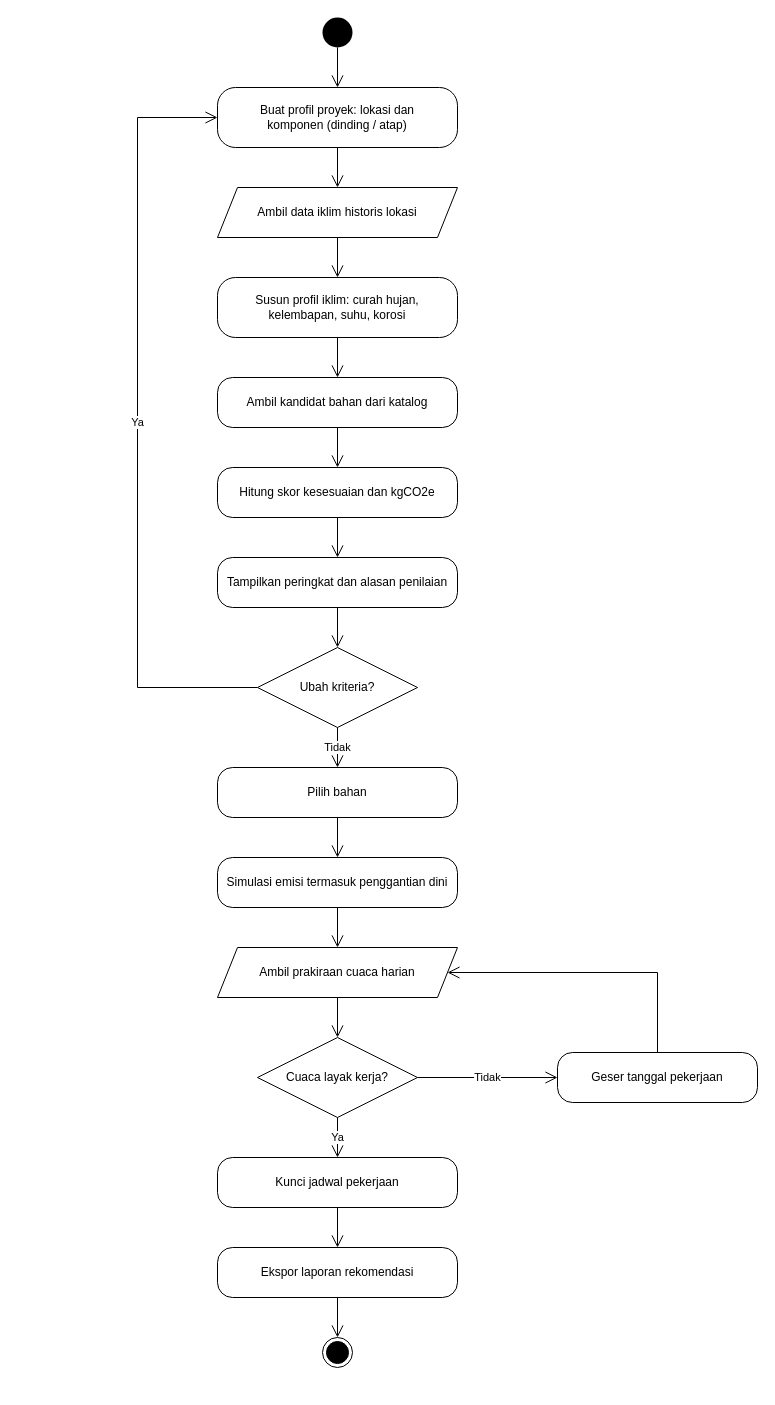
Earlier version of the draw.io diagram page "2. Activity" (2 of 3) of docs/uml-wastu.drawio (scientivan/wastu). Source tidied: cells renumbered, new cells numbered last; positions are measured from the earlier drawing's top-left corner, leaving out a move shared by most shapes. Both pictures are drawn from the tidied source at 100%, with x=0, y=0 at pixel (137, 17).
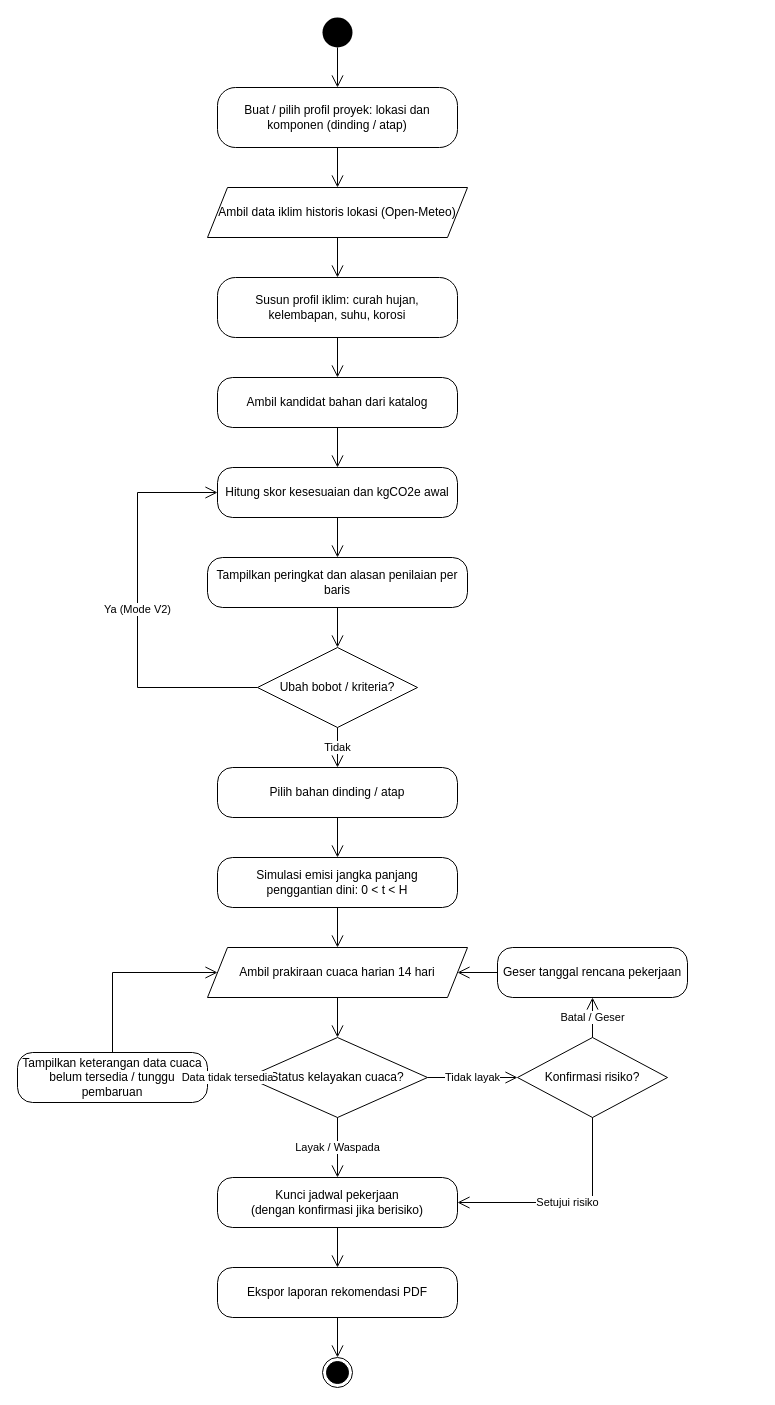
After the change.

Diff of the diagram source:
```diff
@@
-    <mxCell id="3" value="Buat profil proyek: lokasi dan&#10;komponen (dinding / atap)" style="rounded=1;arcSize=30;whiteSpace=wrap;html=1;" parent="1" vertex="1">
+    <mxCell id="3" value="Buat / pilih profil proyek: lokasi dan&#10;komponen (dinding / atap)" style="rounded=1;arcSize=30;whiteSpace=wrap;html=1;" parent="1" vertex="1">
       <mxGeometry x="80" y="70" width="240" height="60" as="geometry" />
     </mxCell>
-    <mxCell id="4" value="Ambil data iklim historis lokasi" style="shape=parallelogram;perimeter=parallelogramPerimeter;whiteSpace=wrap;html=1;fixedSize=1;" parent="1" vertex="1">
-      <mxGeometry x="80" y="170" width="240" height="50" as="geometry" />
+    <mxCell id="4" value="Ambil data iklim historis lokasi (Open-Meteo)" style="shape=parallelogram;perimeter=parallelogramPerimeter;whiteSpace=wrap;html=1;fixedSize=1;" parent="1" vertex="1">
+      <mxGeometry x="70" y="170" width="260" height="50" as="geometry" />
     </mxCell>
@@
-    <mxCell id="7" value="Hitung skor kesesuaian dan kgCO2e" style="rounded=1;arcSize=30;whiteSpace=wrap;html=1;" parent="1" vertex="1">
+    <mxCell id="7" value="Hitung skor kesesuaian dan kgCO2e awal" style="rounded=1;arcSize=30;whiteSpace=wrap;html=1;" parent="1" vertex="1">
       <mxGeometry x="80" y="450" width="240" height="50" as="geometry" />
     </mxCell>
-    <mxCell id="8" value="Tampilkan peringkat dan alasan penilaian" style="rounded=1;arcSize=30;whiteSpace=wrap;html=1;" parent="1" vertex="1">
-      <mxGeometry x="80" y="540" width="240" height="50" as="geometry" />
+    <mxCell id="8" value="Tampilkan peringkat dan alasan penilaian per baris" style="rounded=1;arcSize=30;whiteSpace=wrap;html=1;" parent="1" vertex="1">
+      <mxGeometry x="70" y="540" width="260" height="50" as="geometry" />
     </mxCell>
-    <mxCell id="9" value="Ubah kriteria?" style="rhombus;whiteSpace=wrap;html=1;" parent="1" vertex="1">
+    <mxCell id="9" value="Ubah bobot / kriteria?" style="rhombus;whiteSpace=wrap;html=1;" parent="1" vertex="1">
       <mxGeometry x="120" y="630" width="160" height="80" as="geometry" />
     </mxCell>
-    <mxCell id="10" value="Pilih bahan" style="rounded=1;arcSize=30;whiteSpace=wrap;html=1;" parent="1" vertex="1">
+    <mxCell id="10" value="Pilih bahan dinding / atap" style="rounded=1;arcSize=30;whiteSpace=wrap;html=1;" parent="1" vertex="1">
       <mxGeometry x="80" y="750" width="240" height="50" as="geometry" />
     </mxCell>
-    <mxCell id="11" value="Simulasi emisi termasuk penggantian dini" style="rounded=1;arcSize=30;whiteSpace=wrap;html=1;" parent="1" vertex="1">
+    <mxCell id="11" value="Simulasi emisi jangka panjang&#10;penggantian dini: 0 &lt; t &lt; H" style="rounded=1;arcSize=30;whiteSpace=wrap;html=1;" parent="1" vertex="1">
       <mxGeometry x="80" y="840" width="240" height="50" as="geometry" />
     </mxCell>
-    <mxCell id="12" value="Ambil prakiraan cuaca harian" style="shape=parallelogram;perimeter=parallelogramPerimeter;whiteSpace=wrap;html=1;fixedSize=1;" parent="1" vertex="1">
-      <mxGeometry x="80" y="930" width="240" height="50" as="geometry" />
+    <mxCell id="12" value="Ambil prakiraan cuaca harian 14 hari" style="shape=parallelogram;perimeter=parallelogramPerimeter;whiteSpace=wrap;html=1;fixedSize=1;" parent="1" vertex="1">
+      <mxGeometry x="70" y="930" width="260" height="50" as="geometry" />
     </mxCell>
-    <mxCell id="13" value="Cuaca layak kerja?" style="rhombus;whiteSpace=wrap;html=1;" parent="1" vertex="1">
-      <mxGeometry x="120" y="1020" width="160" height="80" as="geometry" />
+    <mxCell id="13" value="Status kelayakan cuaca?" style="rhombus;whiteSpace=wrap;html=1;" parent="1" vertex="1">
+      <mxGeometry x="110" y="1020" width="180" height="80" as="geometry" />
     </mxCell>
+    <mxCell id="35" value="Tampilkan keterangan data cuaca&#10;belum tersedia / tunggu pembaruan" style="rounded=1;arcSize=30;whiteSpace=wrap;html=1;" parent="1" vertex="1">
+      <mxGeometry x="-120" y="1035" width="190" height="50" as="geometry" />
+    </mxCell>
+    <mxCell id="36" value="Konfirmasi risiko?" style="rhombus;whiteSpace=wrap;html=1;" parent="1" vertex="1">
+      <mxGeometry x="380" y="1020" width="150" height="80" as="geometry" />
+    </mxCell>
-    <mxCell id="14" value="Geser tanggal pekerjaan" style="rounded=1;arcSize=30;whiteSpace=wrap;html=1;" parent="1" vertex="1">
-      <mxGeometry x="420" y="1035" width="200" height="50" as="geometry" />
+    <mxCell id="14" value="Geser tanggal rencana pekerjaan" style="rounded=1;arcSize=30;whiteSpace=wrap;html=1;" parent="1" vertex="1">
+      <mxGeometry x="360" y="930" width="190" height="50" as="geometry" />
     </mxCell>
-    <mxCell id="15" value="Kunci jadwal pekerjaan" style="rounded=1;arcSize=30;whiteSpace=wrap;html=1;" parent="1" vertex="1">
-      <mxGeometry x="80" y="1140" width="240" height="50" as="geometry" />
+    <mxCell id="15" value="Kunci jadwal pekerjaan&#10;(dengan konfirmasi jika berisiko)" style="rounded=1;arcSize=30;whiteSpace=wrap;html=1;" parent="1" vertex="1">
+      <mxGeometry x="80" y="1160" width="240" height="50" as="geometry" />
     </mxCell>
-    <mxCell id="16" value="Ekspor laporan rekomendasi" style="rounded=1;arcSize=30;whiteSpace=wrap;html=1;" parent="1" vertex="1">
-      <mxGeometry x="80" y="1230" width="240" height="50" as="geometry" />
+    <mxCell id="16" value="Ekspor laporan rekomendasi PDF" style="rounded=1;arcSize=30;whiteSpace=wrap;html=1;" parent="1" vertex="1">
+      <mxGeometry x="80" y="1250" width="240" height="50" as="geometry" />
     </mxCell>
     <mxCell id="17" style="ellipse;html=1;shape=endState;fillColor=#000000;strokeColor=#000000;" parent="1" vertex="1">
-      <mxGeometry x="185" y="1320" width="30" height="30" as="geometry" />
+      <mxGeometry x="185" y="1340" width="30" height="30" as="geometry" />
     </mxCell>
@@
-    <mxCell id="26" value="Ya" style="endArrow=open;endSize=10;html=1;rounded=0;exitX=0;exitY=0.5;exitDx=0;exitDy=0;entryX=0;entryY=0.5;entryDx=0;entryDy=0;" parent="1" edge="1" source="9" target="3">
+    <mxCell id="26" value="Ya (Mode V2)" style="endArrow=open;endSize=10;html=1;rounded=0;exitX=0;exitY=0.5;exitDx=0;exitDy=0;entryX=0;entryY=0.5;entryDx=0;entryDy=0;" parent="1" edge="1" source="9" target="7">
       <mxGeometry relative="1" as="geometry">
         <Array as="points">
           <mxPoint y="670" />
-          <mxPoint y="100" />
+          <mxPoint y="475" />
         </Array>
       </mxGeometry>
     </mxCell>
@@
-    <mxCell id="30" value="Tidak" style="endArrow=open;endSize=10;html=1;rounded=0;exitX=1;exitY=0.5;exitDx=0;exitDy=0;entryX=0;entryY=0.5;entryDx=0;entryDy=0;" parent="1" edge="1" source="13" target="14">
-      <mxGeometry relative="1" as="geometry" />
-    </mxCell>
+    <mxCell id="37" value="Data tidak tersedia" style="endArrow=open;endSize=10;html=1;rounded=0;exitX=0;exitY=0.5;exitDx=0;exitDy=0;entryX=1;entryY=0.5;entryDx=0;entryDy=0;" parent="1" edge="1" source="13" target="35">
+      <mxGeometry relative="1" as="geometry" />
+    </mxCell>
+    <mxCell id="38" style="endArrow=open;endSize=10;html=1;rounded=0;exitX=0.5;exitY=0;exitDx=0;exitDy=0;entryX=0;entryY=0.5;entryDx=0;entryDy=0;" parent="1" edge="1" source="35" target="12">
+      <mxGeometry relative="1" as="geometry">
+        <Array as="points">
+          <mxPoint x="-25" y="955" />
+        </Array>
+      </mxGeometry>
+    </mxCell>
+    <mxCell id="39" value="Tidak layak" style="endArrow=open;endSize=10;html=1;rounded=0;exitX=1;exitY=0.5;exitDx=0;exitDy=0;entryX=0;entryY=0.5;entryDx=0;entryDy=0;" parent="1" edge="1" source="13" target="36">
+      <mxGeometry relative="1" as="geometry" />
+    </mxCell>
+    <mxCell id="40" value="Batal / Geser" style="endArrow=open;endSize=10;html=1;rounded=0;exitX=0.5;exitY=0;exitDx=0;exitDy=0;entryX=0.5;entryY=1;entryDx=0;entryDy=0;" parent="1" edge="1" source="36" target="14">
+      <mxGeometry relative="1" as="geometry" />
+    </mxCell>
-    <mxCell id="31" style="endArrow=open;endSize=10;html=1;rounded=0;exitX=0.5;exitY=0;exitDx=0;exitDy=0;entryX=1;entryY=0.5;entryDx=0;entryDy=0;" parent="1" edge="1" source="14" target="12">
-      <mxGeometry relative="1" as="geometry">
-        <Array as="points">
-          <mxPoint x="520" y="955" />
-        </Array>
-      </mxGeometry>
+    <mxCell id="31" style="endArrow=open;endSize=10;html=1;rounded=0;exitX=0;exitY=0.5;exitDx=0;exitDy=0;entryX=1;entryY=0.5;entryDx=0;entryDy=0;" parent="1" edge="1" source="14" target="12">
+      <mxGeometry relative="1" as="geometry" />
     </mxCell>
+    <mxCell id="41" value="Setujui risiko" style="endArrow=open;endSize=10;html=1;rounded=0;exitX=0.5;exitY=1;exitDx=0;exitDy=0;entryX=1;entryY=0.5;entryDx=0;entryDy=0;" parent="1" edge="1" source="36" target="15">
+      <mxGeometry relative="1" as="geometry">
+        <Array as="points">
+          <mxPoint x="455" y="1185" />
+        </Array>
+      </mxGeometry>
+    </mxCell>
-    <mxCell id="32" value="Ya" style="endArrow=open;endSize=10;html=1;rounded=0;" parent="1" edge="1" source="13" target="15">
+    <mxCell id="32" value="Layak / Waspada" style="endArrow=open;endSize=10;html=1;rounded=0;exitX=0.5;exitY=1;exitDx=0;exitDy=0;entryX=0.5;entryY=0;entryDx=0;entryDy=0;" parent="1" edge="1" source="13" target="15">
       <mxGeometry relative="1" as="geometry" />
     </mxCell>
```
